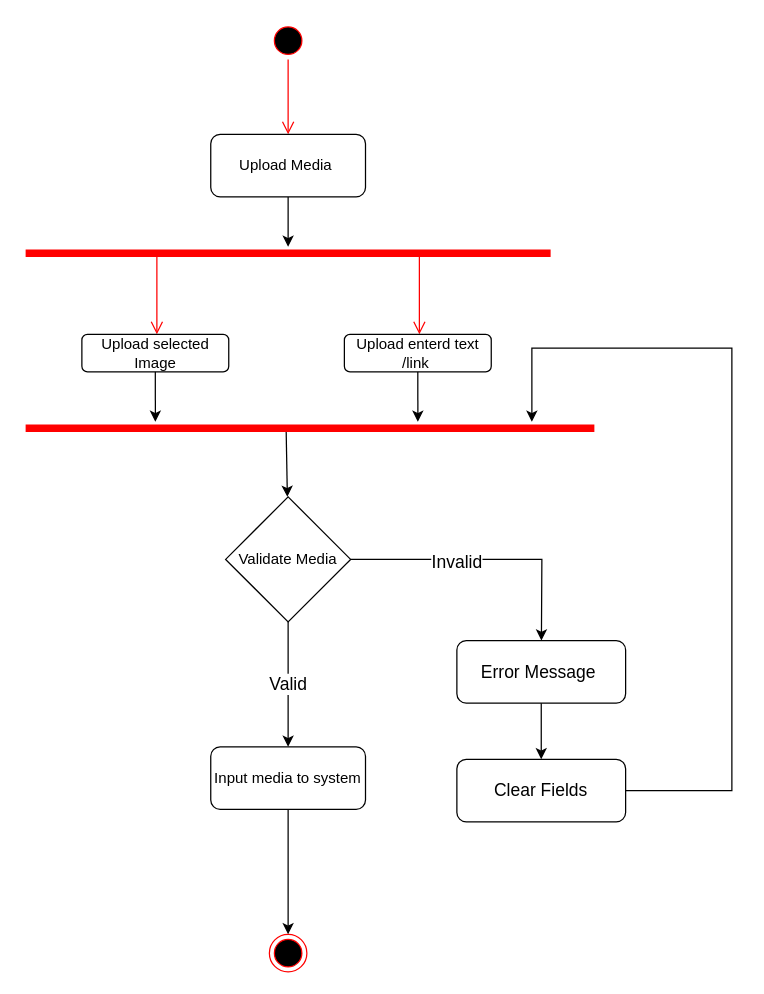
This is Tasks/Reham/Activity Diagram/Upload Media.drawio from romanyn36/Catch-The-AI, a draw.io file, before an edit. Source tidied: cells renumbered, new cells numbered last; positions are measured from the earlier drawing's top-left corner, leaving out a move shared by most shapes. Both pictures are drawn from the tidied source at 125%, with x=0, y=0 at pixel (25, 21).
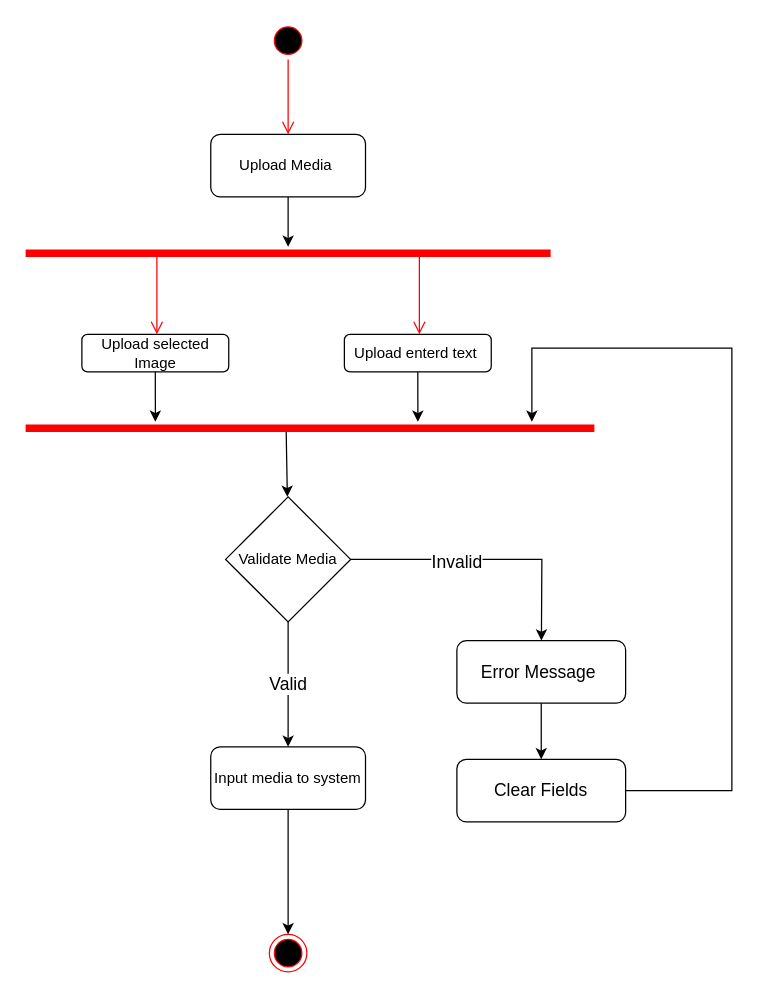
The same diagram, later.

The edit, as a diff of the source:
```diff
@@
-    <mxCell id="10" value="Upload enterd text /link&amp;nbsp;" style="rounded=1;whiteSpace=wrap;html=1;" parent="1" vertex="1">
+    <mxCell id="10" value="Upload enterd text&amp;nbsp;" style="rounded=1;whiteSpace=wrap;html=1;" parent="1" vertex="1">
       <mxGeometry x="255" y="250" width="117.5" height="30" as="geometry" />
     </mxCell>
```
